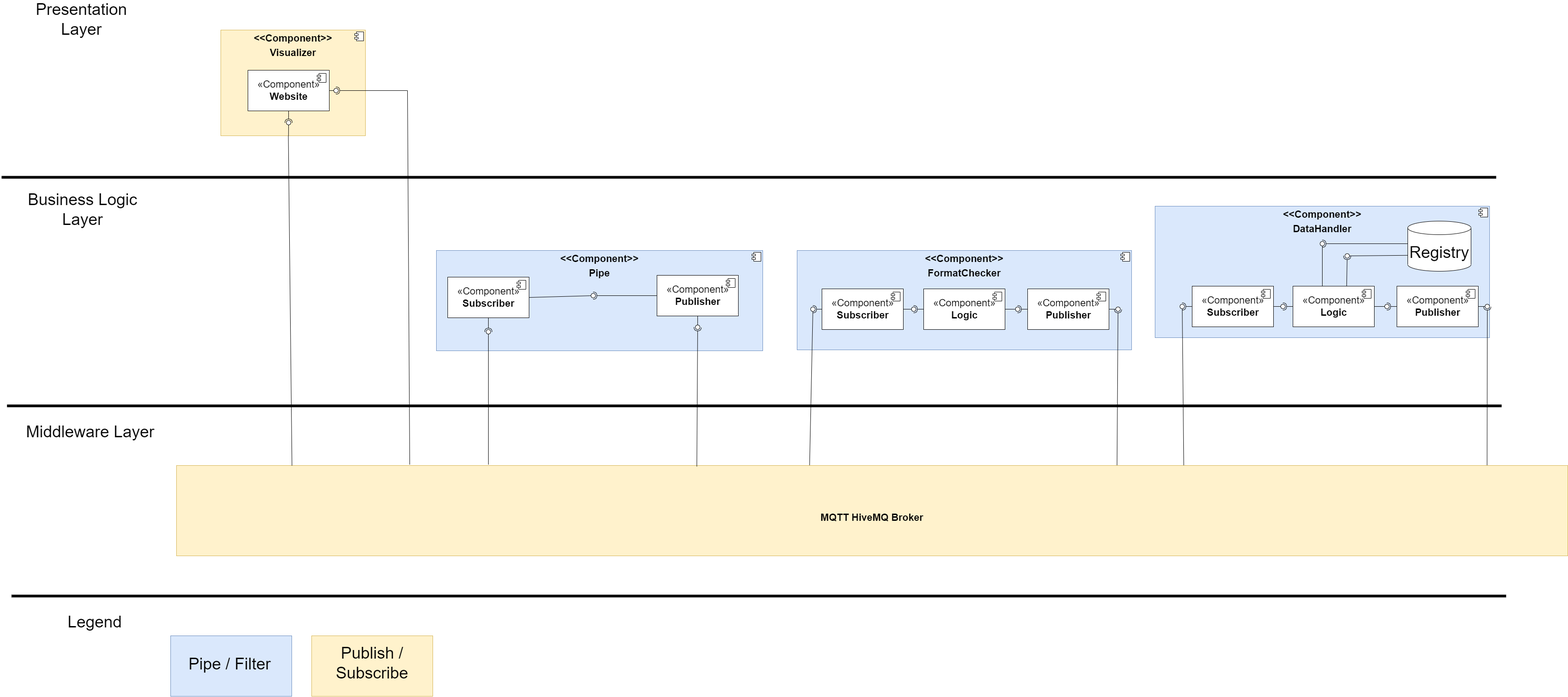
Above: Component.png in adammuntasir/DIT355-Mini-Project-Distributed-Systems-Development-team-8-project (draw.io), before the change. Source tidied: cells renumbered, new cells last; positions are measured from the earlier drawing's top-left corner, leaving out a move shared by most shapes.
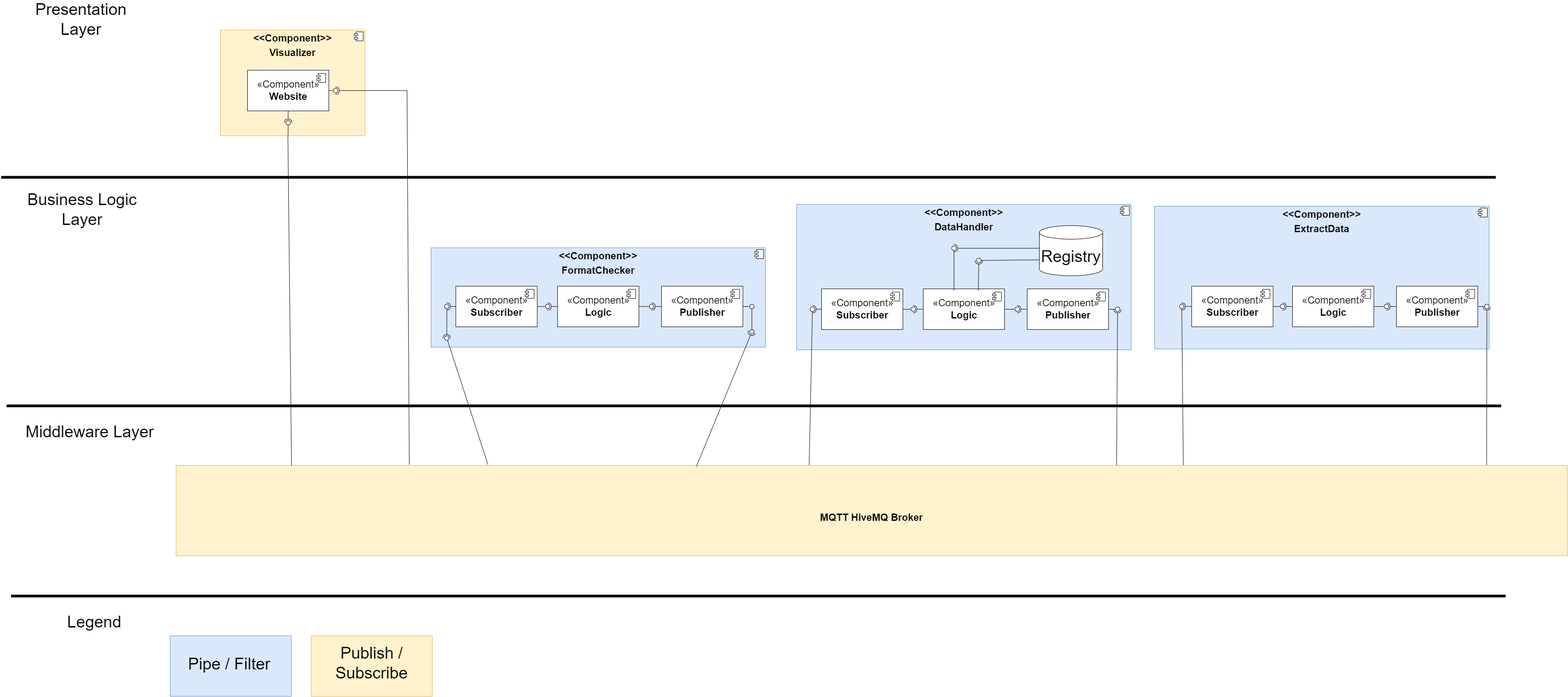
The same file after the commit.

Commit message:
changed the component diagram again

Change to the diagram source:
```diff
@@ -2,8 +2,16 @@
   <root>
     <mxCell id="0" />
     <mxCell id="1" parent="0" />
+    <mxCell id="88" value="&lt;p style=&quot;margin: 6px 0px 0px; text-align: center; font-size: 22px;&quot;&gt;&lt;/p&gt;&lt;p style=&quot;margin: 6px 0px 0px; text-align: center; font-size: 22px;&quot;&gt;&lt;b style=&quot;font-size: 22px;&quot;&gt;&amp;lt;&amp;lt;Component&amp;gt;&amp;gt;&lt;/b&gt;&lt;br style=&quot;font-size: 22px;&quot;&gt;&lt;/p&gt;&lt;p style=&quot;margin: 6px 0px 0px; text-align: center; font-size: 22px;&quot;&gt;&lt;b style=&quot;font-size: 22px;&quot;&gt;FormatChecker&lt;/b&gt;&lt;/p&gt;&lt;div style=&quot;font-size: 22px;&quot;&gt;&lt;b style=&quot;font-size: 22px;&quot;&gt;&lt;br style=&quot;font-size: 22px;&quot;&gt;&lt;/b&gt;&lt;/div&gt;" style="align=left;overflow=fill;html=1;fontSize=22;fillColor=#dae8fc;strokeColor=#6c8ebf;" parent="1" vertex="1">
+      <mxGeometry x="951" y="521" width="740" height="220" as="geometry" />
+    </mxCell>
+    <mxCell id="89" style="shape=component;jettyWidth=8;jettyHeight=4;fontSize=22;" parent="88" vertex="1">
+      <mxGeometry x="1" width="20" height="20" relative="1" as="geometry">
+        <mxPoint x="-24" y="4" as="offset" />
+      </mxGeometry>
+    </mxCell>
-    <mxCell id="2" value="&lt;p style=&quot;margin: 6px 0px 0px; text-align: center; font-size: 22px;&quot;&gt;&lt;/p&gt;&lt;p style=&quot;margin: 6px 0px 0px; text-align: center; font-size: 22px;&quot;&gt;&lt;b style=&quot;font-size: 22px;&quot;&gt;&amp;lt;&amp;lt;Component&amp;gt;&amp;gt;&lt;/b&gt;&lt;br style=&quot;font-size: 22px;&quot;&gt;&lt;/p&gt;&lt;p style=&quot;margin: 6px 0px 0px; text-align: center; font-size: 22px;&quot;&gt;&lt;b style=&quot;font-size: 22px;&quot;&gt;FormatChecker&lt;/b&gt;&lt;/p&gt;&lt;div style=&quot;font-size: 22px;&quot;&gt;&lt;b style=&quot;font-size: 22px;&quot;&gt;&lt;br style=&quot;font-size: 22px;&quot;&gt;&lt;/b&gt;&lt;/div&gt;" style="align=left;overflow=fill;html=1;fontSize=22;fillColor=#dae8fc;strokeColor=#6c8ebf;" parent="1" vertex="1">
-      <mxGeometry x="1760" y="527" width="740" height="220" as="geometry" />
+    <mxCell id="2" value="&lt;p style=&quot;margin: 6px 0px 0px ; text-align: center ; font-size: 22px&quot;&gt;&lt;/p&gt;&lt;p style=&quot;margin: 6px 0px 0px ; text-align: center ; font-size: 22px&quot;&gt;&lt;b style=&quot;font-size: 22px&quot;&gt;&amp;lt;&amp;lt;Component&amp;gt;&amp;gt;&lt;/b&gt;&lt;br style=&quot;font-size: 22px&quot;&gt;&lt;/p&gt;&lt;p style=&quot;margin: 6px 0px 0px ; text-align: center ; font-size: 22px&quot;&gt;&lt;b style=&quot;font-size: 22px&quot;&gt;DataHandler&lt;/b&gt;&lt;/p&gt;&lt;div style=&quot;font-size: 22px&quot;&gt;&lt;b style=&quot;font-size: 22px&quot;&gt;&lt;br style=&quot;font-size: 22px&quot;&gt;&lt;/b&gt;&lt;/div&gt;" style="align=left;overflow=fill;html=1;fontSize=22;fillColor=#dae8fc;strokeColor=#6c8ebf;" parent="1" vertex="1">
+      <mxGeometry x="1760" y="425" width="740" height="322" as="geometry" />
     </mxCell>
     <mxCell id="3" style="shape=component;jettyWidth=8;jettyHeight=4;fontSize=22;" parent="2" vertex="1">
       <mxGeometry x="1" width="20" height="20" relative="1" as="geometry">
@@ -26,14 +34,6 @@
         <mxPoint x="-27" y="7" as="offset" />
       </mxGeometry>
     </mxCell>
-    <mxCell id="8" value="&lt;p style=&quot;margin: 6px 0px 0px; text-align: center; font-size: 22px;&quot;&gt;&lt;b style=&quot;font-size: 22px;&quot;&gt;&amp;lt;&amp;lt;Component&amp;gt;&amp;gt;&lt;/b&gt;&lt;br style=&quot;font-size: 22px;&quot;&gt;&lt;/p&gt;&lt;p style=&quot;margin: 6px 0px 0px; text-align: center; font-size: 22px;&quot;&gt;&lt;b style=&quot;font-size: 22px;&quot;&gt;Pipe&lt;/b&gt;&lt;/p&gt;" style="align=left;overflow=fill;html=1;fontSize=22;fillColor=#dae8fc;strokeColor=#6c8ebf;" parent="1" vertex="1">
-      <mxGeometry x="962" y="527" width="722" height="222" as="geometry" />
-    </mxCell>
-    <mxCell id="9" style="shape=component;jettyWidth=8;jettyHeight=4;fontSize=22;" parent="8" vertex="1">
-      <mxGeometry x="1" width="20" height="20" relative="1" as="geometry">
-        <mxPoint x="-24" y="4" as="offset" />
-      </mxGeometry>
-    </mxCell>
     <mxCell id="10" style="rounded=0;jettySize=auto;html=1;endArrow=none;endFill=0;sketch=0;sourcePerimeterSpacing=0;targetPerimeterSpacing=0;fontSize=22;" parent="1" edge="1" source="6" target="12">
       <mxGeometry relative="1" as="geometry" />
     </mxCell>
@@ -45,22 +45,6 @@
     <mxCell id="12" style="ellipse;whiteSpace=wrap;html=1;align=center;points=[];outlineConnect=0;sketch=0;fontSize=22;" parent="1" vertex="1">
       <mxGeometry x="735" y="168" width="10" height="10" as="geometry" />
     </mxCell>
-    <mxCell id="13" value="«Component»&lt;br style=&quot;font-size: 22px;&quot;&gt;&lt;b style=&quot;font-size: 22px;&quot;&gt;Subscriber&lt;/b&gt;" style="html=1;fontSize=22;" parent="1" vertex="1">
-      <mxGeometry x="987" y="586" width="180" height="90" as="geometry" />
-    </mxCell>
-    <mxCell id="14" style="shape=module;jettyWidth=8;jettyHeight=4;fontSize=22;" parent="13" vertex="1">
-      <mxGeometry x="1" width="20" height="20" relative="1" as="geometry">
-        <mxPoint x="-27" y="7" as="offset" />
-      </mxGeometry>
-    </mxCell>
-    <mxCell id="15" value="«Component»&lt;br style=&quot;font-size: 22px;&quot;&gt;&lt;b style=&quot;font-size: 22px;&quot;&gt;Publisher&lt;/b&gt;" style="html=1;fontSize=22;" parent="1" vertex="1">
-      <mxGeometry x="1450" y="582" width="180" height="90" as="geometry" />
-    </mxCell>
-    <mxCell id="16" style="shape=module;jettyWidth=8;jettyHeight=4;fontSize=22;" parent="15" vertex="1">
-      <mxGeometry x="1" width="20" height="20" relative="1" as="geometry">
-        <mxPoint x="-27" y="7" as="offset" />
-      </mxGeometry>
-    </mxCell>
     <mxCell id="17" value="«Component»&lt;br style=&quot;font-size: 22px;&quot;&gt;&lt;b style=&quot;font-size: 22px;&quot;&gt;Subscriber&lt;/b&gt;" style="html=1;fontSize=22;" parent="1" vertex="1">
       <mxGeometry x="1815" y="612" width="180" height="90" as="geometry" />
     </mxCell>
@@ -85,15 +69,6 @@
         <mxPoint x="-27" y="7" as="offset" />
       </mxGeometry>
     </mxCell>
-    <mxCell id="23" style="rounded=0;jettySize=auto;html=1;endArrow=none;endFill=0;sketch=0;sourcePerimeterSpacing=0;targetPerimeterSpacing=0;exitX=1;exitY=0.5;exitDx=0;exitDy=0;fontSize=22;" parent="1" edge="1" source="13" target="25">
-      <mxGeometry relative="1" as="geometry" />
-    </mxCell>
-    <mxCell id="24" style="rounded=0;jettySize=auto;html=1;endArrow=halfCircle;endFill=0;entryX=0.5;entryY=0.5;endSize=6;strokeWidth=1;sketch=0;exitX=0;exitY=0.5;exitDx=0;exitDy=0;fontSize=22;" parent="1" edge="1" source="15" target="25">
-      <mxGeometry relative="1" as="geometry" />
-    </mxCell>
-    <mxCell id="25" style="ellipse;whiteSpace=wrap;html=1;align=center;points=[];outlineConnect=0;sketch=0;fontSize=22;" parent="1" vertex="1">
-      <mxGeometry x="1304" y="622" width="10" height="10" as="geometry" />
-    </mxCell>
     <mxCell id="26" style="rounded=0;jettySize=auto;html=1;endArrow=none;endFill=0;sketch=0;sourcePerimeterSpacing=0;targetPerimeterSpacing=0;fontSize=22;" parent="1" edge="1" source="21" target="28">
       <mxGeometry relative="1" as="geometry" />
     </mxCell>
@@ -139,8 +114,8 @@
         </Array>
       </mxGeometry>
     </mxCell>
-    <mxCell id="39" value="&lt;p style=&quot;margin: 6px 0px 0px; text-align: center; font-size: 22px;&quot;&gt;&lt;/p&gt;&lt;p style=&quot;margin: 6px 0px 0px; text-align: center; font-size: 22px;&quot;&gt;&lt;b style=&quot;font-size: 22px;&quot;&gt;&amp;lt;&amp;lt;Component&amp;gt;&amp;gt;&lt;/b&gt;&lt;br style=&quot;font-size: 22px;&quot;&gt;&lt;/p&gt;&lt;p style=&quot;margin: 6px 0px 0px; text-align: center; font-size: 22px;&quot;&gt;&lt;b style=&quot;font-size: 22px;&quot;&gt;DataHandler&lt;/b&gt;&lt;/p&gt;&lt;div style=&quot;font-size: 22px;&quot;&gt;&lt;b style=&quot;font-size: 22px;&quot;&gt;&lt;br style=&quot;font-size: 22px;&quot;&gt;&lt;/b&gt;&lt;/div&gt;" style="align=left;overflow=fill;html=1;fontSize=22;fillColor=#dae8fc;strokeColor=#6c8ebf;" parent="1" vertex="1">
-      <mxGeometry x="2552" y="429" width="740" height="291" as="geometry" />
+    <mxCell id="39" value="&lt;p style=&quot;margin: 6px 0px 0px ; text-align: center ; font-size: 22px&quot;&gt;&lt;/p&gt;&lt;p style=&quot;margin: 6px 0px 0px ; text-align: center ; font-size: 22px&quot;&gt;&lt;b style=&quot;font-size: 22px&quot;&gt;&amp;lt;&amp;lt;Component&amp;gt;&amp;gt;&lt;/b&gt;&lt;br style=&quot;font-size: 22px&quot;&gt;&lt;/p&gt;&lt;p style=&quot;margin: 6px 0px 0px ; text-align: center ; font-size: 22px&quot;&gt;&lt;b&gt;ExtractData&lt;/b&gt;&lt;/p&gt;" style="align=left;overflow=fill;html=1;fontSize=22;fillColor=#dae8fc;strokeColor=#6c8ebf;" parent="1" vertex="1">
+      <mxGeometry x="2552" y="429" width="740" height="316" as="geometry" />
     </mxCell>
     <mxCell id="40" style="shape=component;jettyWidth=8;jettyHeight=4;fontSize=22;" parent="39" vertex="1">
       <mxGeometry x="1" width="20" height="20" relative="1" as="geometry">
@@ -243,11 +218,11 @@
     <mxCell id="68" value="&lt;font style=&quot;font-size: 36px;&quot;&gt;Middleware Layer&lt;/font&gt;" style="text;html=1;strokeColor=none;fillColor=none;align=center;verticalAlign=middle;whiteSpace=wrap;rounded=0;fontSize=36;" parent="1" vertex="1">
       <mxGeometry x="29" y="913" width="335" height="30" as="geometry" />
     </mxCell>
-    <mxCell id="69" style="rounded=0;jettySize=auto;html=1;endArrow=halfCircle;endFill=0;entryX=0.5;entryY=0.5;endSize=6;strokeWidth=1;sketch=0;entryDx=0;entryDy=0;fontSize=22;exitX=0.5;exitY=1;exitDx=0;exitDy=0;" parent="1" edge="1" source="13" target="70">
+    <mxCell id="69" style="rounded=0;jettySize=auto;html=1;endArrow=halfCircle;endFill=0;entryX=0.5;entryY=0.5;endSize=6;strokeWidth=1;sketch=0;entryDx=0;entryDy=0;fontSize=22;" parent="1" edge="1" source="103" target="70">
       <mxGeometry relative="1" as="geometry" />
     </mxCell>
     <mxCell id="70" style="ellipse;whiteSpace=wrap;html=1;align=center;points=[];outlineConnect=0;sketch=0;fontSize=22;" parent="1" vertex="1">
-      <mxGeometry x="1072" y="702" width="10" height="10" as="geometry" />
+      <mxGeometry x="981" y="716" width="10" height="10" as="geometry" />
     </mxCell>
     <mxCell id="71" style="rounded=0;jettySize=auto;html=1;endArrow=none;endFill=0;sketch=0;sourcePerimeterSpacing=0;targetPerimeterSpacing=0;fontSize=22;" parent="1" edge="1" source="70">
       <mxGeometry relative="1" as="geometry">
@@ -258,9 +233,9 @@
       <mxGeometry relative="1" as="geometry" />
     </mxCell>
     <mxCell id="73" style="ellipse;whiteSpace=wrap;html=1;align=center;points=[];outlineConnect=0;sketch=0;fontSize=22;" parent="1" vertex="1">
-      <mxGeometry x="1535" y="692" width="10" height="10" as="geometry" />
+      <mxGeometry x="1656" y="702" width="10" height="10" as="geometry" />
     </mxCell>
-    <mxCell id="74" style="rounded=0;jettySize=auto;html=1;endArrow=none;endFill=0;sketch=0;sourcePerimeterSpacing=0;targetPerimeterSpacing=0;fontSize=22;entryX=0.5;entryY=1;entryDx=0;entryDy=0;" parent="1" edge="1" source="73" target="15">
+    <mxCell id="74" style="rounded=0;jettySize=auto;html=1;endArrow=none;endFill=0;sketch=0;sourcePerimeterSpacing=0;targetPerimeterSpacing=0;fontSize=22;" parent="1" edge="1" source="73" target="98">
       <mxGeometry relative="1" as="geometry" />
     </mxCell>
     <mxCell id="75" style="rounded=0;whiteSpace=wrap;html=1;fontSize=36;fillColor=#dae8fc;strokeColor=#6c8ebf;" parent="1" vertex="1">
@@ -285,29 +260,85 @@
       <mxGeometry x="39" y="1334" width="335" height="30" as="geometry" />
     </mxCell>
     <mxCell id="81" value="Registry" style="shape=cylinder3;whiteSpace=wrap;html=1;boundedLbl=1;backgroundOutline=1;size=15;fontSize=36;" parent="1" vertex="1">
-      <mxGeometry x="3111" y="462" width="140" height="111" as="geometry" />
+      <mxGeometry x="2297" y="472" width="140" height="111" as="geometry" />
     </mxCell>
     <mxCell id="82" style="rounded=0;jettySize=auto;html=1;endArrow=none;endFill=0;sketch=0;sourcePerimeterSpacing=0;targetPerimeterSpacing=0;fontSize=36;" parent="1" edge="1" target="84">
       <mxGeometry relative="1" as="geometry">
-        <mxPoint x="2922" y="606" as="sourcePoint" />
+        <mxPoint x="2108" y="616" as="sourcePoint" />
       </mxGeometry>
     </mxCell>
     <mxCell id="83" style="rounded=0;jettySize=auto;html=1;endArrow=halfCircle;endFill=0;entryX=0.5;entryY=0.5;endSize=6;strokeWidth=1;sketch=0;fontSize=36;" parent="1" edge="1" target="84">
       <mxGeometry relative="1" as="geometry">
-        <mxPoint x="3111" y="512" as="sourcePoint" />
+        <mxPoint x="2297" y="522" as="sourcePoint" />
       </mxGeometry>
     </mxCell>
     <mxCell id="84" style="ellipse;whiteSpace=wrap;html=1;align=center;points=[];outlineConnect=0;sketch=0;fontSize=36;" parent="1" vertex="1">
-      <mxGeometry x="2917" y="507" width="10" height="10" as="geometry" />
+      <mxGeometry x="2103" y="517" width="10" height="10" as="geometry" />
     </mxCell>
     <mxCell id="85" style="rounded=0;jettySize=auto;html=1;endArrow=none;endFill=0;sketch=0;sourcePerimeterSpacing=0;targetPerimeterSpacing=0;fontSize=36;exitX=0;exitY=0;exitDx=0;exitDy=75.75;exitPerimeter=0;" parent="1" edge="1" source="81" target="87">
       <mxGeometry relative="1" as="geometry" />
     </mxCell>
-    <mxCell id="86" style="rounded=0;jettySize=auto;html=1;endArrow=halfCircle;endFill=0;entryX=0.5;entryY=0.5;endSize=6;strokeWidth=1;sketch=0;fontSize=36;exitX=0.66;exitY=0.004;exitDx=0;exitDy=0;exitPerimeter=0;" parent="1" edge="1" source="45" target="87">
-      <mxGeometry relative="1" as="geometry" />
+    <mxCell id="86" style="rounded=0;jettySize=auto;html=1;endArrow=halfCircle;endFill=0;entryX=0.5;entryY=0.5;endSize=6;strokeWidth=1;sketch=0;fontSize=36;exitX=0.66;exitY=0.004;exitDx=0;exitDy=0;exitPerimeter=0;" parent="1" edge="1" target="87">
+      <mxGeometry relative="1" as="geometry">
+        <mxPoint x="2161.8" y="616.4" as="sourcePoint" />
+      </mxGeometry>
     </mxCell>
     <mxCell id="87" style="ellipse;whiteSpace=wrap;html=1;align=center;points=[];outlineConnect=0;sketch=0;fontSize=36;" parent="1" vertex="1">
-      <mxGeometry x="2972" y="534" width="10" height="10" as="geometry" />
+      <mxGeometry x="2158" y="544" width="10" height="10" as="geometry" />
     </mxCell>
+    <mxCell id="13" value="«Component»&lt;br style=&quot;font-size: 22px;&quot;&gt;&lt;b style=&quot;font-size: 22px;&quot;&gt;Subscriber&lt;/b&gt;" style="html=1;fontSize=22;" parent="1" vertex="1">
+      <mxGeometry x="1006" y="606" width="180" height="90" as="geometry" />
+    </mxCell>
+    <mxCell id="90" style="shape=module;jettyWidth=8;jettyHeight=4;fontSize=22;" parent="13" vertex="1">
+      <mxGeometry x="1" width="20" height="20" relative="1" as="geometry">
+        <mxPoint x="-27" y="7" as="offset" />
+      </mxGeometry>
+    </mxCell>
+    <mxCell id="15" value="«Component»&lt;br style=&quot;font-size: 22px;&quot;&gt;&lt;b style=&quot;font-size: 22px;&quot;&gt;Publisher&lt;/b&gt;" style="html=1;fontSize=22;" parent="1" vertex="1">
+      <mxGeometry x="1461" y="606" width="180" height="90" as="geometry" />
+    </mxCell>
+    <mxCell id="91" style="shape=module;jettyWidth=8;jettyHeight=4;fontSize=22;" parent="15" vertex="1">
+      <mxGeometry x="1" width="20" height="20" relative="1" as="geometry">
+        <mxPoint x="-27" y="7" as="offset" />
+      </mxGeometry>
+    </mxCell>
+    <mxCell id="92" value="«Component»&lt;br style=&quot;font-size: 22px;&quot;&gt;&lt;b style=&quot;font-size: 22px;&quot;&gt;Logic&lt;/b&gt;" style="html=1;fontSize=22;" parent="1" vertex="1">
+      <mxGeometry x="1231" y="606" width="180" height="90" as="geometry" />
+    </mxCell>
+    <mxCell id="93" style="shape=module;jettyWidth=8;jettyHeight=4;fontSize=22;" parent="92" vertex="1">
+      <mxGeometry x="1" width="20" height="20" relative="1" as="geometry">
+        <mxPoint x="-27" y="7" as="offset" />
+      </mxGeometry>
+    </mxCell>
+    <mxCell id="94" style="rounded=0;jettySize=auto;html=1;endArrow=none;endFill=0;sketch=0;sourcePerimeterSpacing=0;targetPerimeterSpacing=0;fontSize=22;" parent="1" edge="1" source="92" target="96">
+      <mxGeometry relative="1" as="geometry" />
+    </mxCell>
+    <mxCell id="95" style="rounded=0;jettySize=auto;html=1;endArrow=halfCircle;endFill=0;entryX=0.5;entryY=0.5;endSize=6;strokeWidth=1;sketch=0;fontSize=22;" parent="1" edge="1" source="15" target="96">
+      <mxGeometry relative="1" as="geometry" />
+    </mxCell>
+    <mxCell id="96" style="ellipse;whiteSpace=wrap;html=1;align=center;points=[];outlineConnect=0;sketch=0;fontSize=22;" parent="1" vertex="1">
+      <mxGeometry x="1434" y="646" width="10" height="10" as="geometry" />
+    </mxCell>
+    <mxCell id="97" style="rounded=0;jettySize=auto;html=1;endArrow=none;endFill=0;sketch=0;sourcePerimeterSpacing=0;targetPerimeterSpacing=0;fontSize=22;" parent="1" edge="1" source="15" target="98">
+      <mxGeometry relative="1" as="geometry" />
+    </mxCell>
+    <mxCell id="98" style="ellipse;whiteSpace=wrap;html=1;align=center;points=[];outlineConnect=0;sketch=0;fontSize=22;" parent="1" vertex="1">
+      <mxGeometry x="1656" y="646" width="10" height="10" as="geometry" />
+    </mxCell>
+    <mxCell id="99" style="rounded=0;jettySize=auto;html=1;endArrow=none;endFill=0;sketch=0;sourcePerimeterSpacing=0;targetPerimeterSpacing=0;fontSize=22;" parent="1" edge="1" source="13" target="101">
+      <mxGeometry relative="1" as="geometry" />
+    </mxCell>
+    <mxCell id="100" style="rounded=0;jettySize=auto;html=1;endArrow=halfCircle;endFill=0;entryX=0.5;entryY=0.5;endSize=6;strokeWidth=1;sketch=0;fontSize=22;" parent="1" edge="1" source="92" target="101">
+      <mxGeometry relative="1" as="geometry" />
+    </mxCell>
+    <mxCell id="101" style="ellipse;whiteSpace=wrap;html=1;align=center;points=[];outlineConnect=0;sketch=0;fontSize=22;" parent="1" vertex="1">
+      <mxGeometry x="1204" y="646" width="10" height="10" as="geometry" />
+    </mxCell>
+    <mxCell id="102" style="rounded=0;jettySize=auto;html=1;endArrow=halfCircle;endFill=0;entryX=0.5;entryY=0.5;endSize=6;strokeWidth=1;sketch=0;entryDx=0;entryDy=0;fontSize=22;" parent="1" edge="1" source="13" target="103">
+      <mxGeometry relative="1" as="geometry" />
+    </mxCell>
+    <mxCell id="103" style="ellipse;whiteSpace=wrap;html=1;align=center;points=[];outlineConnect=0;sketch=0;fontSize=22;" parent="1" vertex="1">
+      <mxGeometry x="981" y="646" width="10" height="10" as="geometry" />
+    </mxCell>
   </root>
 </mxGraphModel>
```
